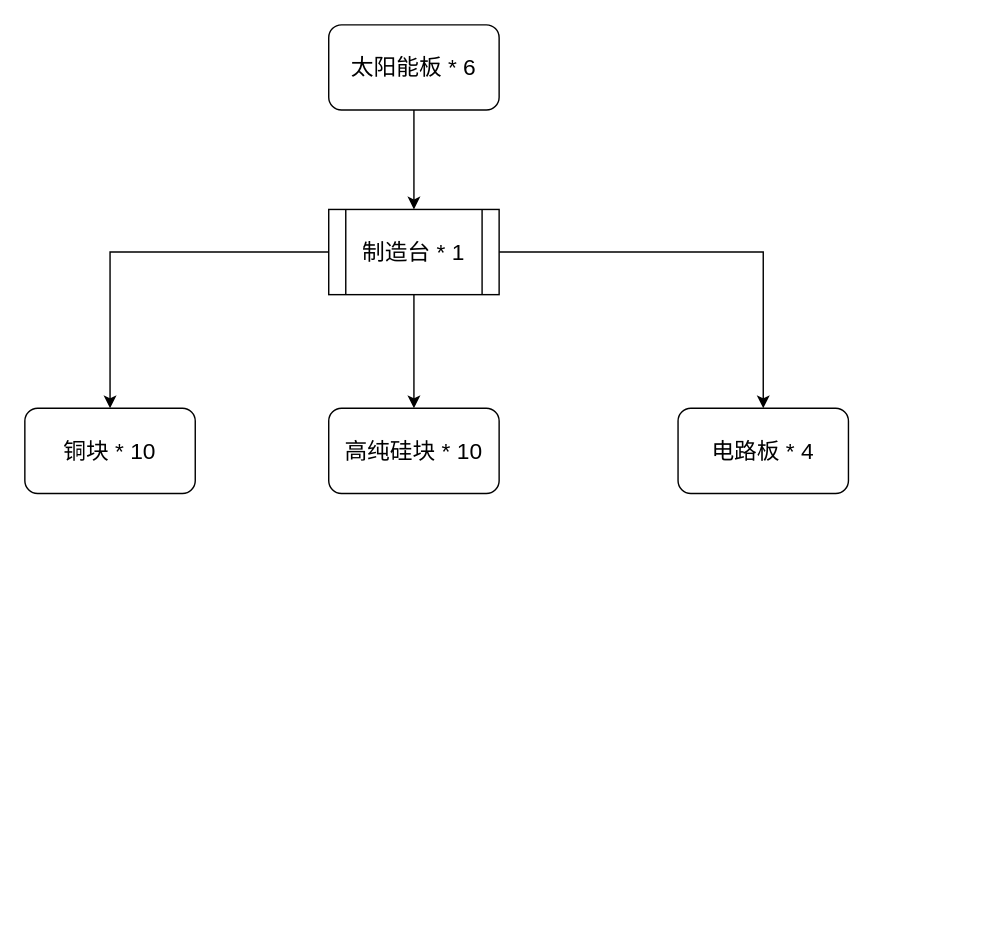
Above: 戴森球.drawio in wongJzzz/DrawIOnetDate (draw.io), before the change. Source tidied: cells renumbered, new cells numbered last; positions are measured from the earlier drawing's top-left corner, leaving out a move shared by most shapes. Both pictures are drawn from the tidied source at 142%, with x=0, y=0 at pixel (24, 24).
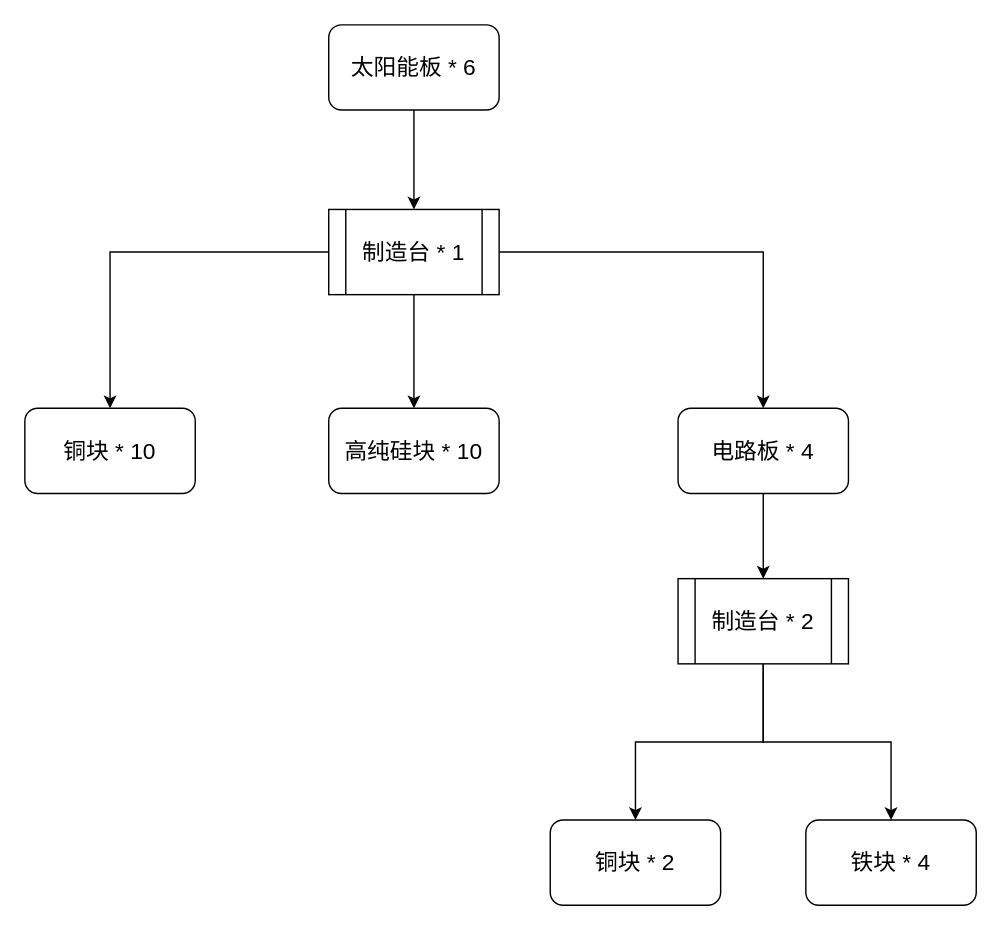
The same diagram, later.

Commit message (it also covers changes not shown here):
更新戴森球.drawio

What changed in the source:
```diff
@@
 <mxGraphModel>
   <root>
     <mxCell id="0" />
     <mxCell id="1" parent="0" />
     <mxCell id="2" style="edgeStyle=orthogonalEdgeStyle;rounded=0;jettySize=auto;html=1;fontSize=16;exitX=0;exitY=0.5;exitDx=0;exitDy=0;" parent="1" edge="1" source="10" target="7">
       <mxGeometry relative="1" as="geometry" />
     </mxCell>
     <mxCell id="3" style="edgeStyle=orthogonalEdgeStyle;rounded=0;jettySize=auto;html=1;exitX=0.5;exitY=1;exitDx=0;exitDy=0;fontSize=16;" parent="1" edge="1" source="10" target="8">
       <mxGeometry relative="1" as="geometry" />
     </mxCell>
     <mxCell id="4" style="edgeStyle=orthogonalEdgeStyle;rounded=0;jettySize=auto;html=1;fontSize=16;exitX=1;exitY=0.5;exitDx=0;exitDy=0;" parent="1" edge="1" source="10" target="9">
       <mxGeometry relative="1" as="geometry" />
     </mxCell>
     <mxCell id="5" style="edgeStyle=orthogonalEdgeStyle;rounded=0;jettySize=auto;html=1;fontSize=16;" parent="1" edge="1" source="6" target="10">
       <mxGeometry relative="1" as="geometry" />
     </mxCell>
     <mxCell id="6" value="太阳能板 * 6" style="rounded=1;whiteSpace=wrap;html=1;fontSize=16;" parent="1" vertex="1">
       <mxGeometry x="214" width="120" height="60" as="geometry" />
     </mxCell>
     <mxCell id="7" value="铜块 * 10" style="rounded=1;whiteSpace=wrap;html=1;fontSize=16;" parent="1" vertex="1">
       <mxGeometry y="270" width="120" height="60" as="geometry" />
     </mxCell>
     <mxCell id="8" value="高纯硅块 * 10" style="rounded=1;whiteSpace=wrap;html=1;fontSize=16;" parent="1" vertex="1">
       <mxGeometry x="214" y="270" width="120" height="60" as="geometry" />
     </mxCell>
+    <mxCell id="11" style="edgeStyle=orthogonalEdgeStyle;rounded=0;jettySize=auto;html=1;exitX=0.5;exitY=1;exitDx=0;exitDy=0;fontSize=16;" parent="1" edge="1" source="9" target="14">
+      <mxGeometry relative="1" as="geometry" />
+    </mxCell>
     <mxCell id="9" value="电路板 * 4" style="rounded=1;whiteSpace=wrap;html=1;fontSize=16;" parent="1" vertex="1">
       <mxGeometry x="460" y="270" width="120" height="60" as="geometry" />
     </mxCell>
     <mxCell id="10" value="制造台 * 1" style="shape=process;whiteSpace=wrap;html=1;backgroundOutline=1;fontSize=16;" parent="1" vertex="1">
       <mxGeometry x="214" y="130" width="120" height="60" as="geometry" />
     </mxCell>
+    <mxCell id="12" style="edgeStyle=orthogonalEdgeStyle;rounded=0;jettySize=auto;html=1;exitX=0.5;exitY=1;exitDx=0;exitDy=0;fontSize=16;" parent="1" edge="1" source="14" target="15">
+      <mxGeometry relative="1" as="geometry" />
+    </mxCell>
+    <mxCell id="13" style="edgeStyle=orthogonalEdgeStyle;rounded=0;jettySize=auto;html=1;exitX=0.5;exitY=1;exitDx=0;exitDy=0;entryX=0.5;entryY=0;entryDx=0;entryDy=0;fontSize=16;" parent="1" edge="1" source="14" target="16">
+      <mxGeometry relative="1" as="geometry" />
+    </mxCell>
+    <mxCell id="14" value="制造台 * 2" style="shape=process;whiteSpace=wrap;html=1;backgroundOutline=1;fontSize=16;" parent="1" vertex="1">
+      <mxGeometry x="460" y="390" width="120" height="60" as="geometry" />
+    </mxCell>
+    <mxCell id="15" value="铜块 * 2" style="rounded=1;whiteSpace=wrap;html=1;fontSize=16;" parent="1" vertex="1">
+      <mxGeometry x="370" y="560" width="120" height="60" as="geometry" />
+    </mxCell>
+    <mxCell id="16" value="铁块 * 4" style="rounded=1;whiteSpace=wrap;html=1;fontSize=16;" parent="1" vertex="1">
+      <mxGeometry x="550" y="560" width="120" height="60" as="geometry" />
+    </mxCell>
   </root>
 </mxGraphModel>
```
